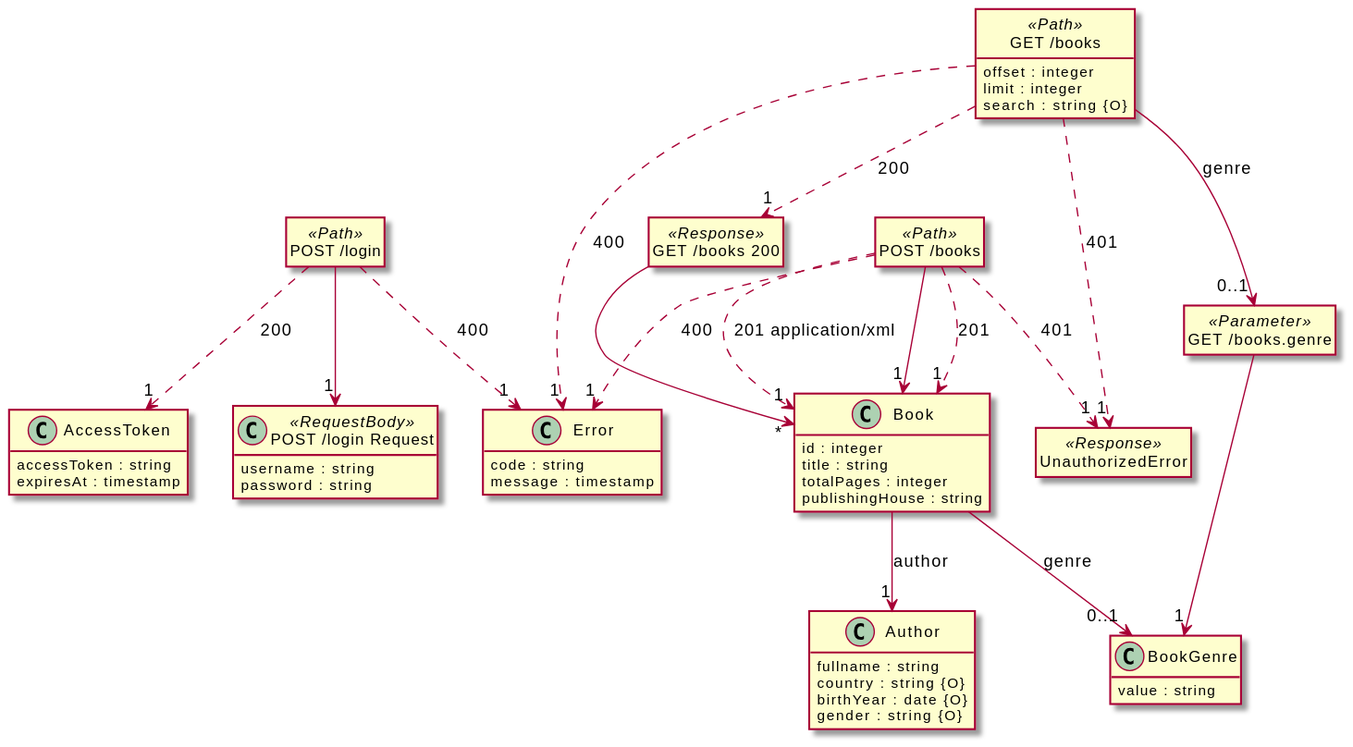
Above: src/docs/demos/bookstore.svg in davidmoten/openapi-to-plantuml (PlantUML), before the change. Its diagram source:
```plantuml
@startuml
hide <<Path>> circle
hide <<Response>> circle
hide <<Parameter>> circle
hide empty methods
hide empty fields
set namespaceSeparator none

class "AccessToken" {
  accessToken : string
  expiresAt : timestamp
}

class "Error" {
  code : string
  message : timestamp
}

class "Author" {
  fullname : string
  country : string {O}
  birthYear : date {O}
  gender : string {O}
}

class "BookGenre" {
  value : string
}

class "Book" {
  id : integer
  title : string
  totalPages : integer
  publishingHouse : string
}

class "UnauthorizedError" <<Response>> {
}

class "POST /login" <<Path>> {
}

class "POST /login Request" <<RequestBody>> {
  username : string
  password : string
}

class "GET /books" <<Path>> {
  offset : integer
  limit : integer
  search : string {O}
}

class "GET /books.genre" <<Parameter>> {
}

class "GET /books 200" <<Response>> {
}

class "POST /books" <<Path>> {
}

"Book" --> "0..1" "BookGenre"  :  "genre"

"Book" --> "1" "Author"  :  "author"

"POST /login" ..> "1" "AccessToken"  :  "200"

"POST /login" ..> "1" "Error"  :  "400"

"POST /login" --> "1" "POST /login Request"

"GET /books.genre" --> "1" "BookGenre"

"GET /books" --> "0..1" "GET /books.genre"  :  "genre"

"GET /books 200" --> "*" "Book"

"GET /books" ..> "1" "GET /books 200"  :  "200"

"GET /books" ..> "1" "UnauthorizedError"  :  "401"

"GET /books" ..> "1" "Error"  :  "400"

"POST /books" ..> "1" "Book"  :  "201"

"POST /books" ..> "1" "Book"  :  "201 application/xml"

"POST /books" ..> "1" "Error"  :  "400"

"POST /books" ..> "1" "UnauthorizedError"  :  "401"

"POST /books" --> "1" "Book"

@enduml
```
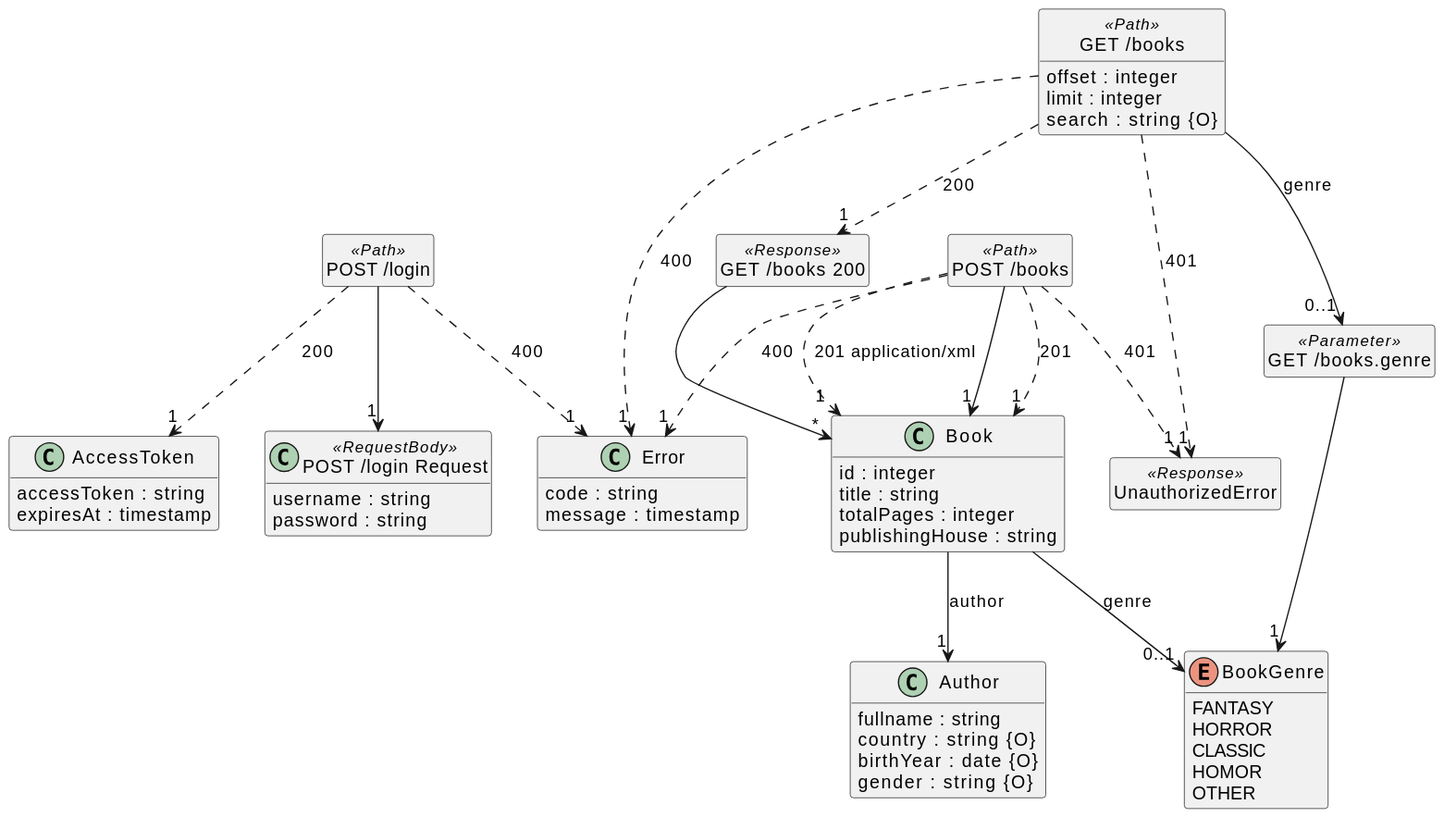
The same file after the commit.

Change to the diagram source:
```diff
@@ -7,31 +7,35 @@
 set namespaceSeparator none
 
 class "AccessToken" {
-  accessToken : string
-  expiresAt : timestamp
+  {field} accessToken : string
+  {field} expiresAt : timestamp
 }
 
 class "Error" {
-  code : string
-  message : timestamp
+  {field} code : string
+  {field} message : timestamp
 }
 
 class "Author" {
-  fullname : string
-  country : string {O}
-  birthYear : date {O}
-  gender : string {O}
+  {field} fullname : string
+  {field} country : string {O}
+  {field} birthYear : date {O}
+  {field} gender : string {O}
 }
 
-class "BookGenre" {
-  value : string
+enum "BookGenre" {
+  FANTASY
+  HORROR
+  CLASSIC
+  HOMOR
+  OTHER
 }
 
 class "Book" {
-  id : integer
-  title : string
-  totalPages : integer
-  publishingHouse : string
+  {field} id : integer
+  {field} title : string
+  {field} totalPages : integer
+  {field} publishingHouse : string
 }
 
 class "UnauthorizedError" <<Response>> {
@@ -41,14 +45,14 @@
 }
 
 class "POST /login Request" <<RequestBody>> {
-  username : string
-  password : string
+  {field} username : string
+  {field} password : string
 }
 
 class "GET /books" <<Path>> {
-  offset : integer
-  limit : integer
-  search : string {O}
+  {field} offset : integer
+  {field} limit : integer
+  {field} search : string {O}
 }
 
 class "GET /books.genre" <<Parameter>> {
```
